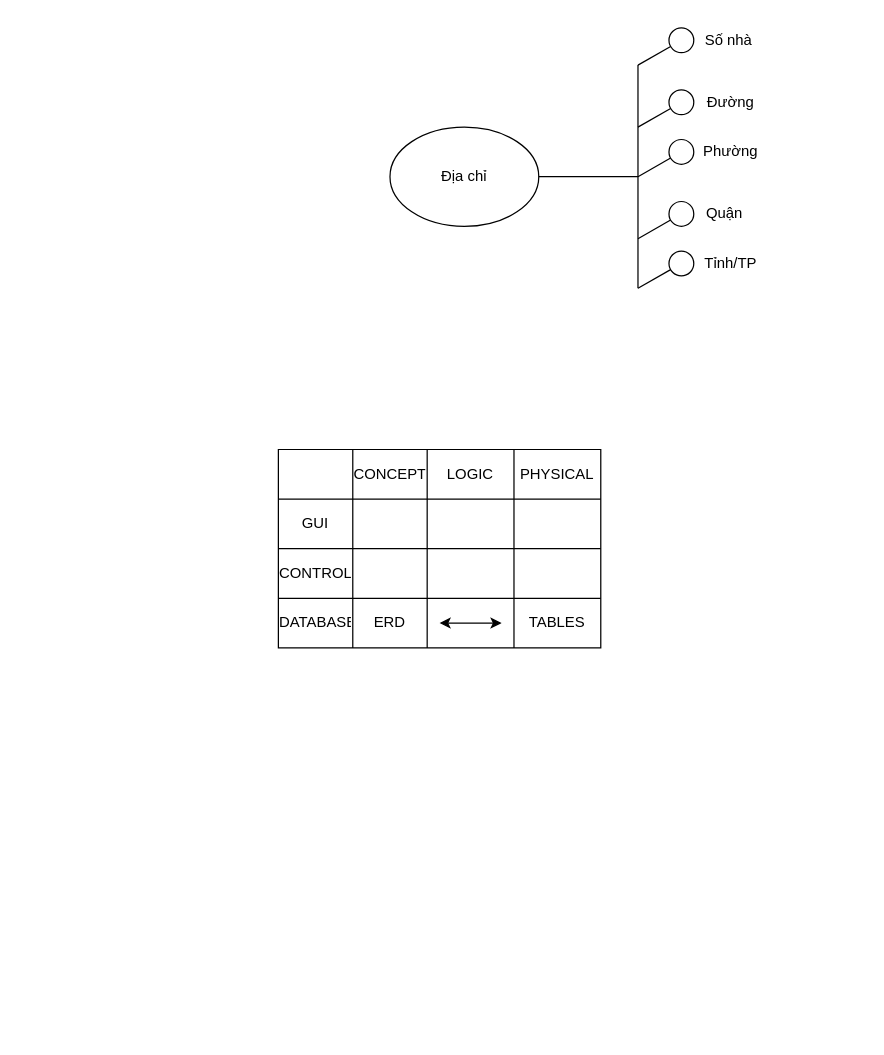
Above: Untitled Diagram.drawio in datnham0212/PTTK (draw.io), before the change. Source tidied: cells renumbered, new cells numbered last; positions are measured from the earlier drawing's top-left corner, leaving out a move shared by most shapes. Both pictures are drawn from the tidied source at 124%, with x=0, y=0 at pixel (278, 21).
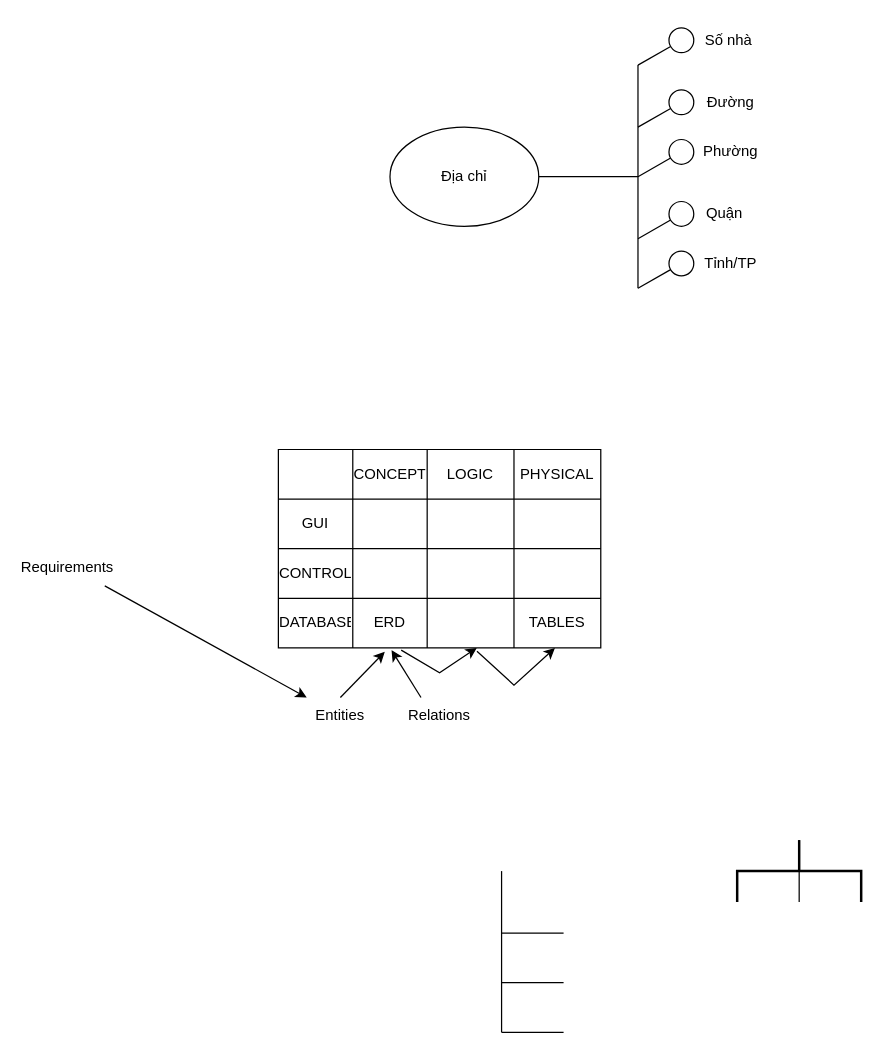
After the change.

The change refers to these unchanged cells:
```xml
<mxCell id="20" style="shape=table;startSize=0;childLayout=tableLayout;" parent="1" vertex="1">
  <mxGeometry y="345" width="260" height="160" as="geometry" />
</mxCell>
<mxCell id="36" style="shape=tableRow;horizontal=0;startSize=0;swimlaneHead=0;swimlaneBody=0;strokeColor=inherit;top=0;left=0;bottom=0;right=0;fillColor=none;points=[[0,0.5],[1,0.5]];portConstraint=eastwest;" parent="20" vertex="1">
  <mxGeometry y="120" width="260" height="40" as="geometry" />
</mxCell>
```

The edit, as a diff of the source:
```diff
@@
-    <mxCell id="41" style="endArrow=classic;startArrow=classic;html=1;rounded=0;" parent="1" edge="1">
-      <mxGeometry relative="1" as="geometry">
-        <mxPoint x="130" y="485" as="sourcePoint" />
-        <mxPoint x="180" y="485" as="targetPoint" />
-      </mxGeometry>
-    </mxCell>
+    <mxCell id="42" style="endArrow=classic;html=1;rounded=0;exitX=0.616;exitY=1.066;exitDx=0;exitDy=0;exitPerimeter=0;entryX=0.858;entryY=1.001;entryDx=0;entryDy=0;entryPerimeter=0;" parent="20" edge="1" source="36" target="36">
+      <mxGeometry relative="1" as="geometry">
+        <Array as="points">
+          <mxPoint x="190" y="190" />
+        </Array>
+      </mxGeometry>
+    </mxCell>
+    <mxCell id="43" value="Requirements" style="text;html=1;strokeColor=none;fillColor=none;align=center;verticalAlign=middle;whiteSpace=wrap;rounded=0;" parent="1" vertex="1">
+      <mxGeometry x="-200" y="425" width="60" height="30" as="geometry" />
+    </mxCell>
+    <mxCell id="44" style="endArrow=classic;html=1;rounded=0;exitX=1;exitY=1;exitDx=0;exitDy=0;" parent="1" edge="1" source="43" target="45">
+      <mxGeometry relative="1" as="geometry" />
+    </mxCell>
+    <mxCell id="45" value="Entities" style="text;html=1;strokeColor=none;fillColor=none;align=center;verticalAlign=middle;whiteSpace=wrap;rounded=0;" parent="1" vertex="1">
+      <mxGeometry x="20" y="545" width="60" height="30" as="geometry" />
+    </mxCell>
+    <mxCell id="46" value="Relations" style="text;html=1;strokeColor=none;fillColor=none;align=center;verticalAlign=middle;whiteSpace=wrap;rounded=0;" parent="1" vertex="1">
+      <mxGeometry x="100" y="545" width="60" height="30" as="geometry" />
+    </mxCell>
+    <mxCell id="47" style="endArrow=classic;html=1;rounded=0;entryX=0.33;entryY=1.08;entryDx=0;entryDy=0;entryPerimeter=0;exitX=0.5;exitY=0;exitDx=0;exitDy=0;" parent="1" edge="1" source="45" target="36">
+      <mxGeometry relative="1" as="geometry" />
+    </mxCell>
+    <mxCell id="48" style="endArrow=classic;html=1;rounded=0;exitX=0.381;exitY=1.045;exitDx=0;exitDy=0;exitPerimeter=0;" parent="1" edge="1" source="36">
+      <mxGeometry relative="1" as="geometry">
+        <mxPoint x="160" y="505" as="targetPoint" />
+        <Array as="points">
+          <mxPoint x="130" y="525" />
+        </Array>
+      </mxGeometry>
+    </mxCell>
+    <mxCell id="49" style="endArrow=classic;html=1;rounded=0;entryX=0.351;entryY=1.045;entryDx=0;entryDy=0;entryPerimeter=0;exitX=0.25;exitY=0;exitDx=0;exitDy=0;" parent="1" edge="1" source="46" target="36">
+      <mxGeometry relative="1" as="geometry" />
+    </mxCell>
+    <mxCell id="50" style="endArrow=none;html=1;rounded=0;" parent="1" edge="1">
+      <mxGeometry relative="1" as="geometry">
+        <mxPoint x="180" y="815" as="sourcePoint" />
+        <mxPoint x="180" y="685" as="targetPoint" />
+      </mxGeometry>
+    </mxCell>
+    <mxCell id="51" style="strokeWidth=2;html=1;shape=mxgraph.flowchart.annotation_2;align=left;labelPosition=right;rotation=90;" parent="1" vertex="1">
+      <mxGeometry x="395" y="635" width="50" height="100" as="geometry" />
+    </mxCell>
+    <mxCell id="52" style="endArrow=none;html=1;rounded=0;exitX=1;exitY=0.5;exitDx=0;exitDy=0;exitPerimeter=0;" parent="1" edge="1" source="51">
+      <mxGeometry relative="1" as="geometry">
+        <mxPoint x="420" y="660" as="targetPoint" />
+      </mxGeometry>
+    </mxCell>
+    <mxCell id="53" style="endArrow=none;html=1;rounded=0;" parent="1" edge="1">
+      <mxGeometry relative="1" as="geometry">
+        <mxPoint x="180" y="735" as="sourcePoint" />
+        <mxPoint x="230" y="735" as="targetPoint" />
+      </mxGeometry>
+    </mxCell>
+    <mxCell id="54" style="endArrow=none;html=1;rounded=0;" parent="1" edge="1">
+      <mxGeometry relative="1" as="geometry">
+        <mxPoint x="180" y="775" as="sourcePoint" />
+        <mxPoint x="230" y="775" as="targetPoint" />
+      </mxGeometry>
+    </mxCell>
+    <mxCell id="55" style="endArrow=none;html=1;rounded=0;" parent="1" edge="1">
+      <mxGeometry relative="1" as="geometry">
+        <mxPoint x="180" y="815" as="sourcePoint" />
+        <mxPoint x="230" y="815" as="targetPoint" />
+      </mxGeometry>
+    </mxCell>
```
